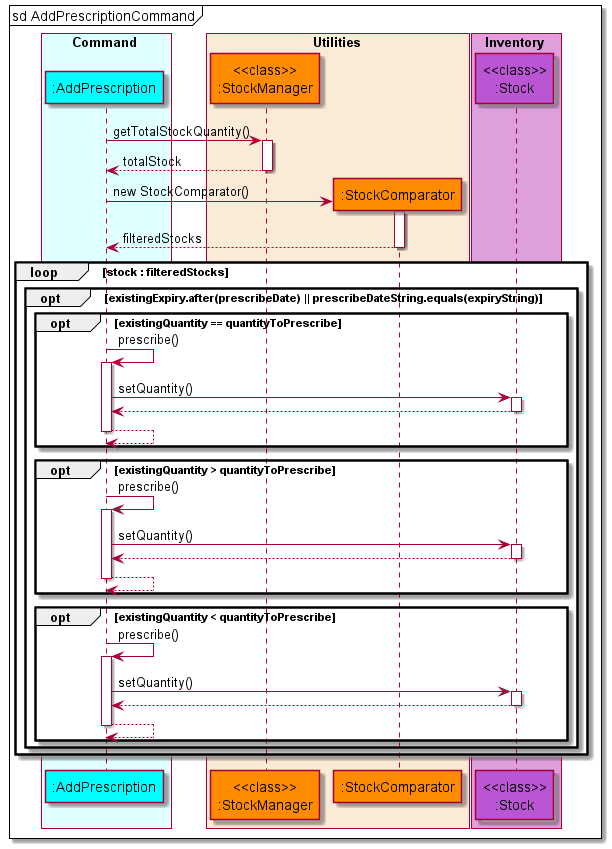
Earlier version of the PlantUML export docs/diagrams/diagram_images/AddPrescriptionSequenceDiagram.png (nus-cs2113-AY2122S1/tp).
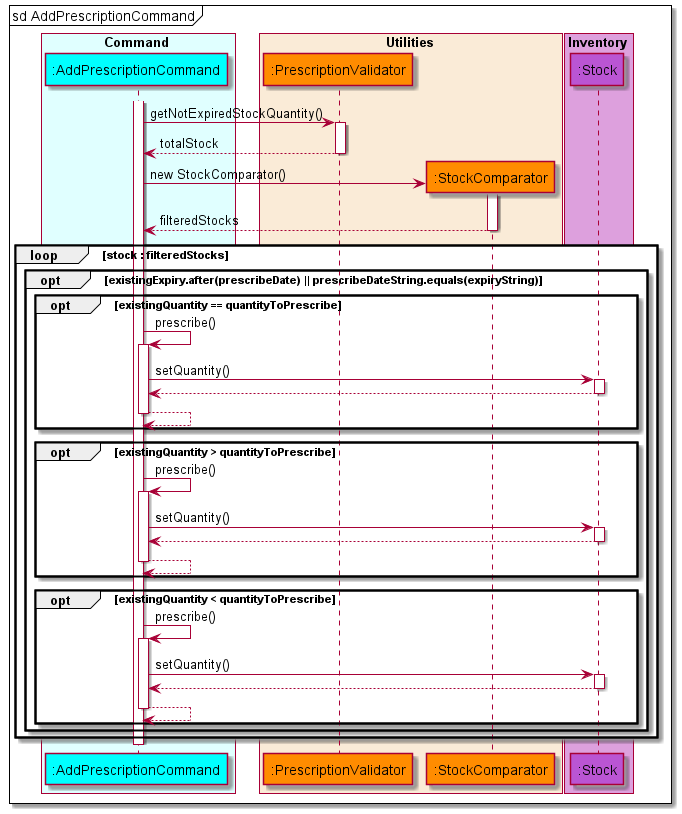
The same file after the commit.

What changed in the source:
```diff
@@ -1,24 +1,25 @@
-@startuml addprescriptionSequenceDiagram
+@startuml AddPrescriptionSequenceDiagram
 
 !include style.puml
 
 box Command COLOR_COMMAND_BOX
-    participant ":AddPrescription" as addprescription COLOR_COMMAND
+    participant ":AddPrescriptionCommand" as addprescription COLOR_COMMAND
 end box
 
 box Utilities COLOR_UTILITIES_BOX
-    participant "<<class>>\n:StockManager" as stockmanager COLOR_UTILITIES
+    participant ":PrescriptionValidator" as prescriptionvalidator COLOR_UTILITIES
     participant ":StockComparator" as stockcomparator COLOR_UTILITIES
 end box
 
 box Inventory COLOR_INVENTORY_BOX
-    participant "<<class>>\n:Stock" as stock COLOR_INVENTORY
+    participant ":Stock" as stock COLOR_INVENTORY
 end box
 
 autoactivate on
 mainframe sd AddPrescriptionCommand
-    addprescription -> stockmanager: getTotalStockQuantity()
-    addprescription <-- stockmanager: totalStock
+activate addprescription
+    addprescription -> prescriptionvalidator: getNotExpiredStockQuantity()
+    addprescription <-- prescriptionvalidator: totalStock
 
     create stockcomparator
     addprescription -> stockcomparator : new StockComparator()
```
